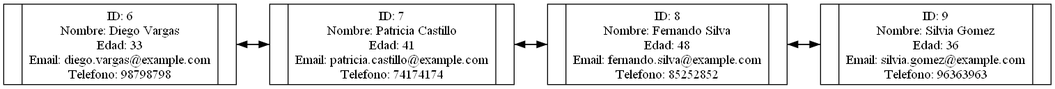
Before: Reportes/Listas_doblemente_enlazadas.png, a diagram exported from Graphviz (202300512DanielH/IPC2_ProyectoVJ2024_21). Its source is kept beside it as Reportes/Listas_doblemente_enlazadas.dot.
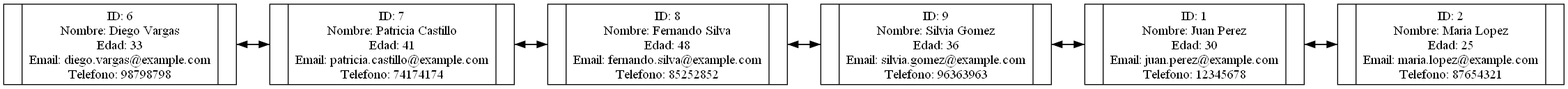
After the commit.

What changed in the source:
```diff
@@ -4,10 +4,16 @@
 node1 [label = "{<f1>| ID: 7\nNombre: Patricia Castillo\nEdad: 41\nEmail: patricia.castillo@example.com\nTelefono: 74174174|<f2>}"];
 node2 [label = "{<f1>| ID: 8\nNombre: Fernando Silva\nEdad: 48\nEmail: fernando.silva@example.com\nTelefono: 85252852|<f2>}"];
 node3 [label = "{<f1>| ID: 9\nNombre: Silvia Gomez\nEdad: 36\nEmail: silvia.gomez@example.com\nTelefono: 96363963|<f2>}"];
+node4 [label = "{<f1>| ID: 1\nNombre: Juan Perez\nEdad: 30\nEmail: juan.perez@example.com\nTelefono: 12345678|<f2>}"];
+node5 [label = "{<f1>| ID: 2\nNombre: Maria Lopez\nEdad: 25\nEmail: maria.lopez@example.com\nTelefono: 87654321|<f2>}"];
 node0:f2 -> node1:f1;
 node1:f1 -> node0:f2;
 node1:f2 -> node2:f1;
 node2:f1 -> node1:f2;
 node2:f2 -> node3:f1;
 node3:f1 -> node2:f2;
+node3:f2 -> node4:f1;
+node4:f1 -> node3:f2;
+node4:f2 -> node5:f1;
+node5:f1 -> node4:f2;
 }
```
